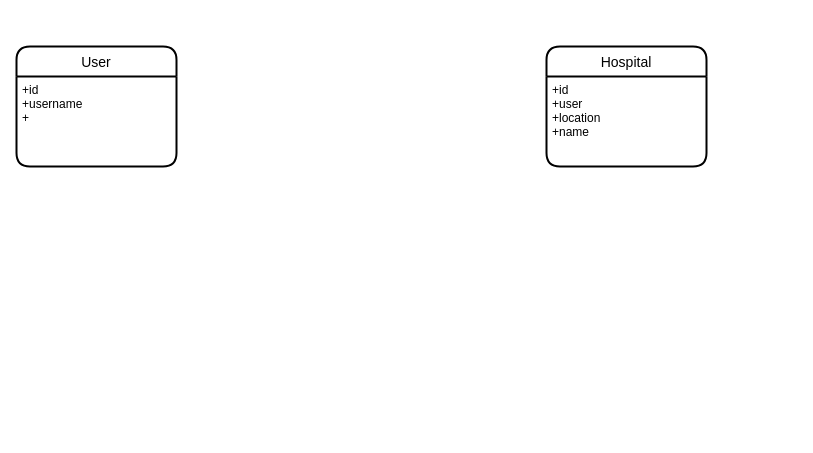
Above: esushim.drawio in harsh098/diagrams (draw.io), before the change. Source tidied: cells renumbered, new cells numbered last; positions are measured from the earlier drawing's top-left corner, leaving out a move shared by most shapes. Both pictures are drawn from the tidied source at 100%, with x=0, y=0 at pixel (16, 46).
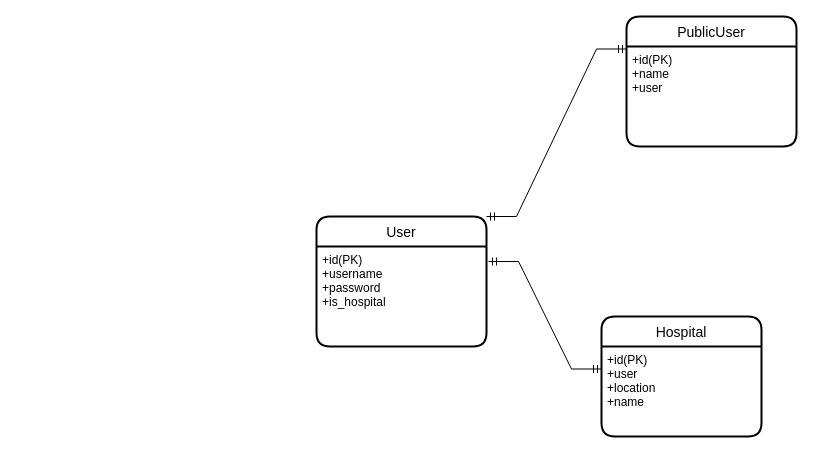
Above is the later version.

What changed in the source:
```diff
@@
 <mxGraphModel>
   <root>
     <mxCell id="0" />
     <mxCell id="1" parent="0" />
     <mxCell id="2" value="Hospital" style="swimlane;horizontal=1;startSize=30;rounded=1;fontSize=14;fontStyle=0;strokeWidth=2;shadow=0;dashed=0;align=center;" parent="1" vertex="1">
-      <mxGeometry x="530" width="160" height="120" as="geometry" />
+      <mxGeometry x="585" y="270" width="160" height="120" as="geometry" />
     </mxCell>
-    <mxCell id="3" value="+id&#10;+user&#10;+location&#10;+name" style="align=left;strokeColor=none;fillColor=none;spacingLeft=4;fontSize=12;verticalAlign=top;" parent="2" vertex="1">
+    <mxCell id="3" value="+id(PK)&#10;+user&#10;+location&#10;+name" style="align=left;strokeColor=none;fillColor=none;spacingLeft=4;fontSize=12;verticalAlign=top;" parent="2" vertex="1">
       <mxGeometry y="30" width="160" height="90" as="geometry" />
     </mxCell>
     <mxCell id="4" value="User" style="swimlane;horizontal=1;startSize=30;rounded=1;fontSize=14;fontStyle=0;strokeWidth=2;shadow=0;dashed=0;align=center;" parent="1" vertex="1">
-      <mxGeometry width="160" height="120" as="geometry" />
+      <mxGeometry x="300" y="170" width="170" height="130" as="geometry" />
     </mxCell>
-    <mxCell id="5" value="+id&#10;+username&#10;+" style="align=left;strokeColor=none;fillColor=none;spacingLeft=4;fontSize=12;verticalAlign=top;" parent="4" vertex="1">
-      <mxGeometry y="30" width="160" height="90" as="geometry" />
+    <mxCell id="5" value="+id(PK)&#10;+username&#10;+password&#10;+is_hospital" style="align=left;strokeColor=none;fillColor=none;spacingLeft=4;fontSize=12;verticalAlign=top;" parent="4" vertex="1">
+      <mxGeometry y="30" width="170" height="100" as="geometry" />
     </mxCell>
+    <mxCell id="6" style="edgeStyle=entityRelationEdgeStyle;fontSize=12;html=1;endArrow=ERmandOne;startArrow=ERmandOne;rounded=0;entryX=0;entryY=0.25;entryDx=0;entryDy=0;exitX=1.012;exitY=0.15;exitDx=0;exitDy=0;exitPerimeter=0;" parent="1" edge="1" source="5" target="3">
+      <mxGeometry relative="1" as="geometry" />
+    </mxCell>
+    <mxCell id="7" value="PublicUser" style="swimlane;horizontal=1;startSize=30;rounded=1;fontSize=14;fontStyle=0;strokeWidth=2;shadow=0;dashed=0;align=center;" parent="1" vertex="1">
+      <mxGeometry x="610" y="-30" width="170" height="130" as="geometry" />
+    </mxCell>
+    <mxCell id="8" value="+id(PK)&#10;+name&#10;+user" style="align=left;strokeColor=none;fillColor=none;spacingLeft=4;fontSize=12;verticalAlign=top;" parent="7" vertex="1">
+      <mxGeometry y="30" width="170" height="100" as="geometry" />
+    </mxCell>
+    <mxCell id="9" style="edgeStyle=entityRelationEdgeStyle;fontSize=12;html=1;endArrow=ERmandOne;startArrow=ERmandOne;rounded=0;exitX=1;exitY=0;exitDx=0;exitDy=0;entryX=0;entryY=0.25;entryDx=0;entryDy=0;" parent="1" edge="1" source="4" target="7">
+      <mxGeometry relative="1" as="geometry" />
+    </mxCell>
   </root>
 </mxGraphModel>
```
